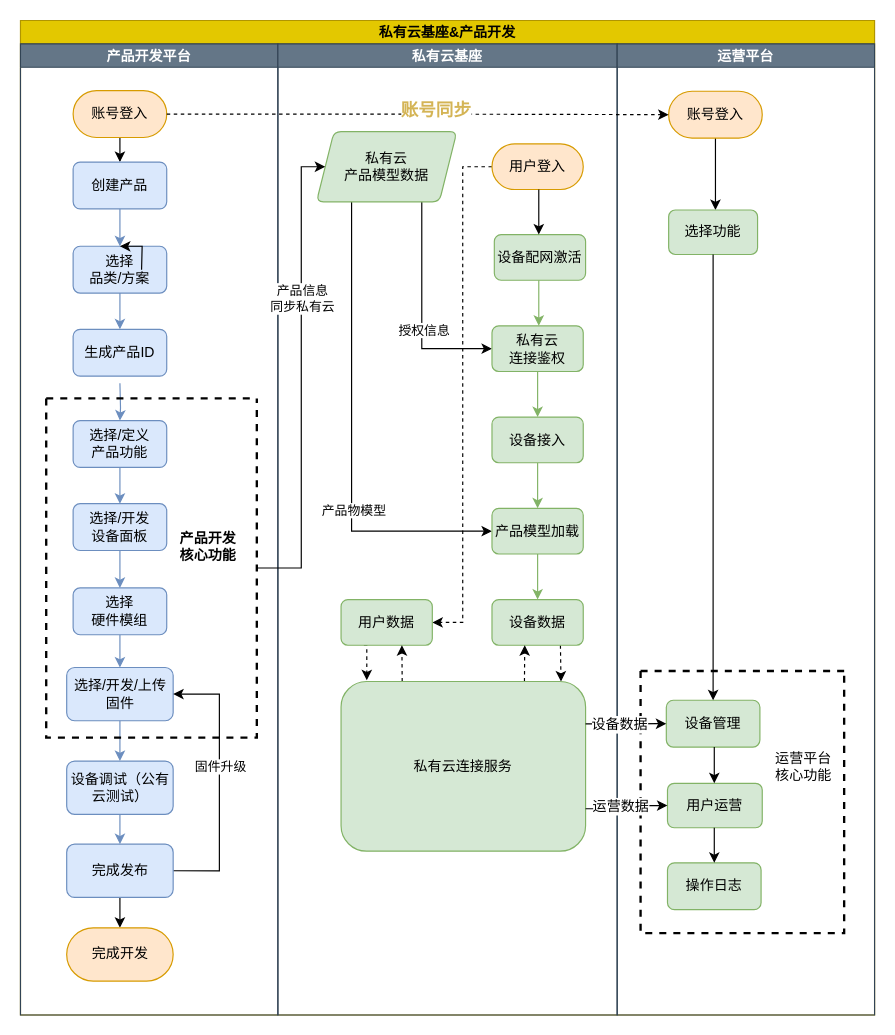
Before: 中燃项目.drawio in Sidamor/drawio, a draw.io diagram. Source tidied: cells renumbered, new cells numbered last; positions are measured from the earlier drawing's top-left corner, leaving out a move shared by most shapes. Both pictures are drawn from the tidied source at 117%, with x=0, y=0 at pixel (20, 20).
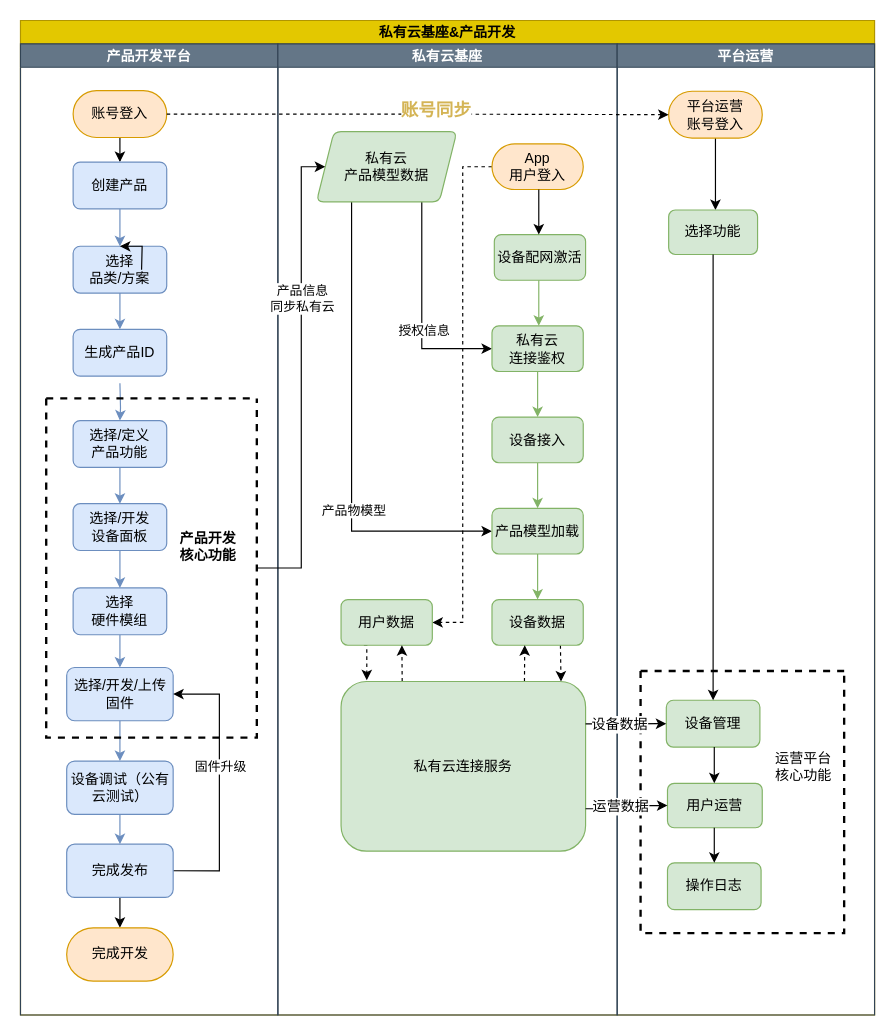
The same diagram, later.

Commit message (it also covers changes not shown here):
更新中燃项目.drawio

The change refers to these unchanged cells:
```xml
<mxCell id="2" value="私有云基座&amp;产品开发" style="swimlane;startSize=20;fillColor=#e3c800;fontColor=#000000;strokeColor=#B09500;" parent="1" vertex="1">
  <mxGeometry width="730" height="850" as="geometry" />
</mxCell>
<mxCell id="29" value="私有云基座" style="swimlane;startSize=20;fillColor=#647687;fontColor=#ffffff;strokeColor=#314354;" parent="2" vertex="1">
  <mxGeometry x="220" y="20" width="290" height="830" as="geometry" />
</mxCell>
```

Diff of the diagram source:
```diff
@@
-    <mxCell id="36" value="用户登入" style="rounded=1;whiteSpace=wrap;html=1;strokeWidth=1;fillColor=#ffe6cc;arcSize=50;strokeColor=#d79b00;" parent="29" vertex="1">
+    <mxCell id="36" value="App&lt;br&gt;用户登入" style="rounded=1;whiteSpace=wrap;html=1;strokeWidth=1;fillColor=#ffe6cc;arcSize=50;strokeColor=#d79b00;" parent="29" vertex="1">
       <mxGeometry x="183" y="85.5" width="78" height="39" as="geometry" />
     </mxCell>
@@
-    <mxCell id="53" value="运营平台" style="swimlane;startSize=20;fillColor=#647687;fontColor=#ffffff;strokeColor=#314354;" parent="2" vertex="1">
+    <mxCell id="53" value="平台运营" style="swimlane;startSize=20;fillColor=#647687;fontColor=#ffffff;strokeColor=#314354;" parent="2" vertex="1">
       <mxGeometry x="510" y="20" width="220" height="830" as="geometry" />
     </mxCell>
@@
-    <mxCell id="55" value="账号登入" style="rounded=1;whiteSpace=wrap;html=1;arcSize=50;fillColor=#ffe6cc;strokeColor=#d79b00;fontSize=12;" parent="53" vertex="1">
+    <mxCell id="55" value="平台运营&lt;br&gt;账号登入" style="rounded=1;whiteSpace=wrap;html=1;arcSize=50;fillColor=#ffe6cc;strokeColor=#d79b00;fontSize=12;" parent="53" vertex="1">
       <mxGeometry x="44" y="40.5" width="80" height="40" as="geometry" />
     </mxCell>
```
